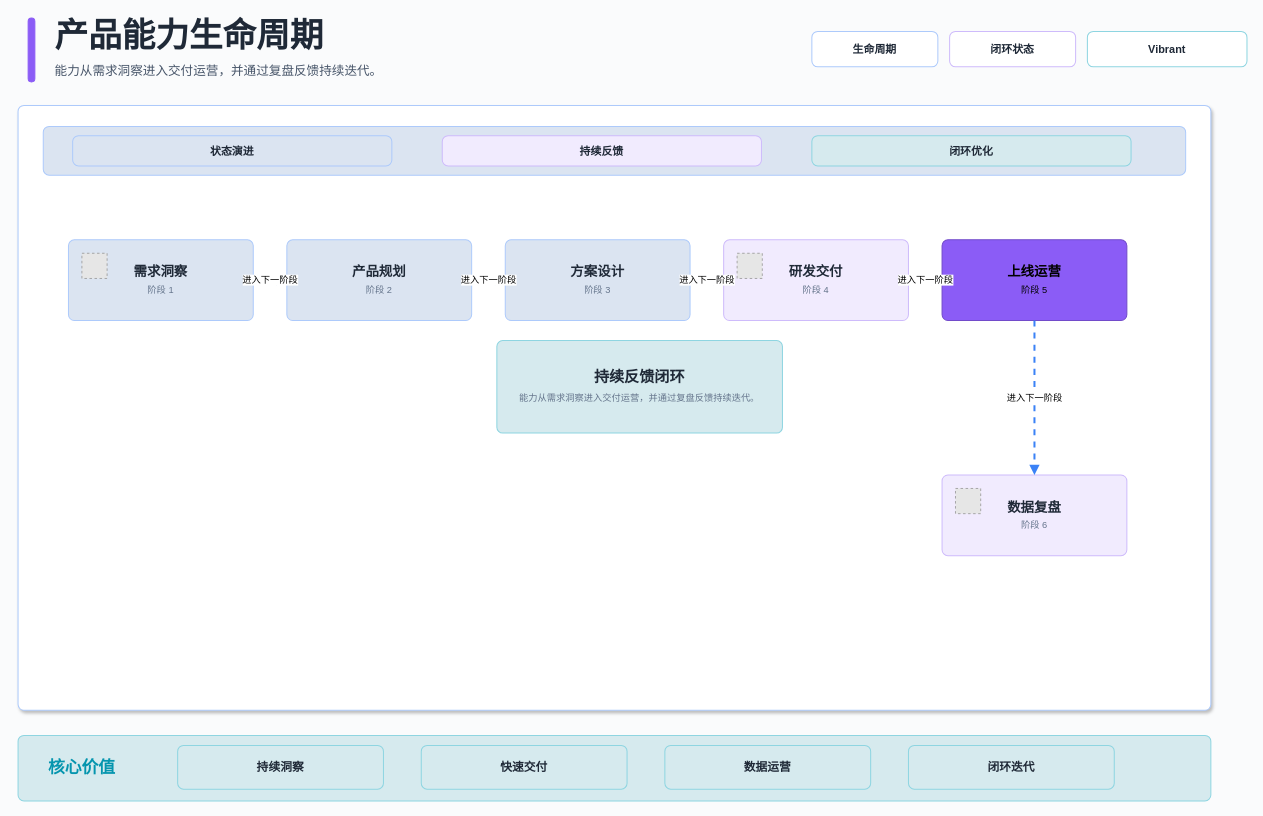
Before: docs/xml-diagram/drawio/lifecycle-vibrant-light-enterprise.drawio in BeWaterMyFriend7/SKILL-PROJECT, a draw.io diagram. Source tidied: cells renumbered, new cells numbered last; positions are measured from the earlier drawing's top-left corner, leaving out a move shared by most shapes. Both pictures are drawn from the tidied source at 84%, with x=0, y=0 at pixel (18, 14). Pictures stored in the file or linked from it are replaced by grey dashed boxes.
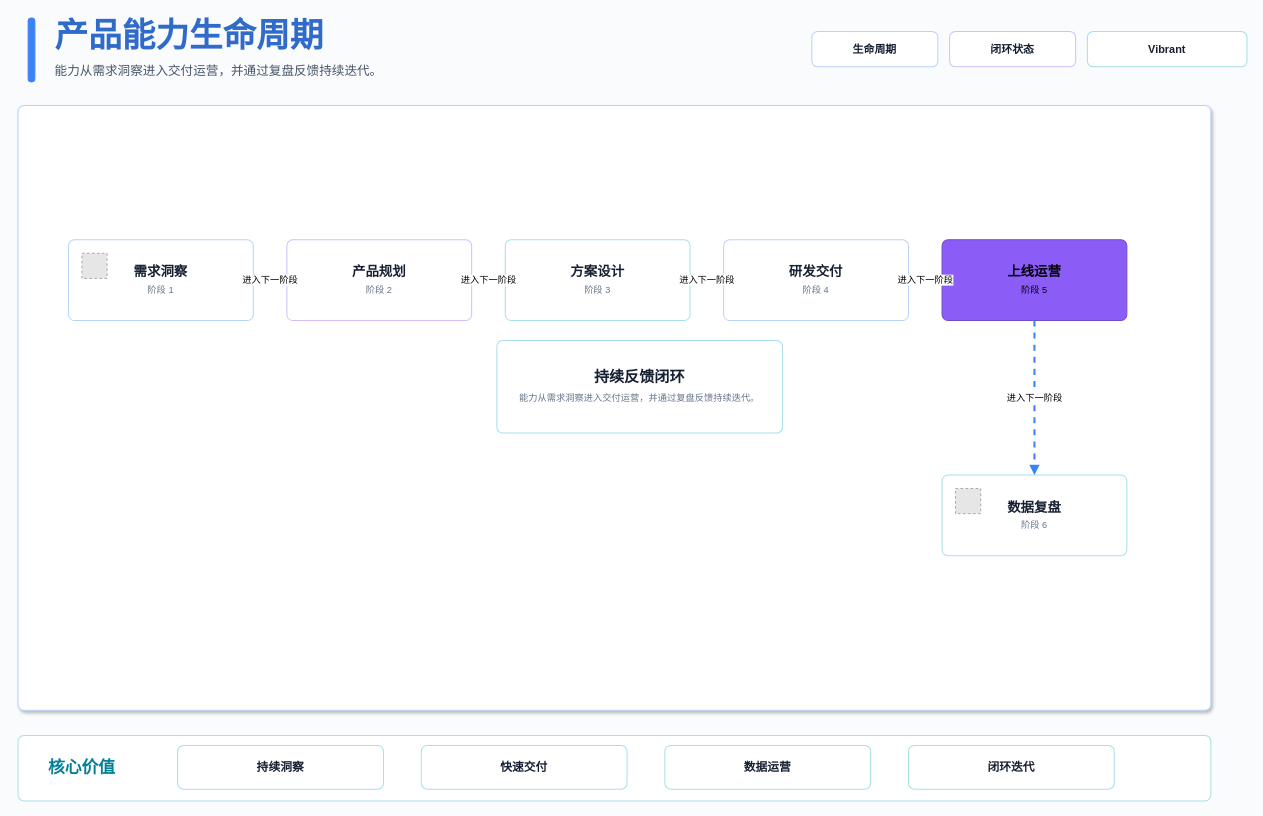
After the change.

Diff of the diagram source:
```diff
@@
-    <mxCell id="2" style="rounded=1;absoluteArcSize=1;arcSize=14;whiteSpace=wrap;html=1;fillColor=#8B5CF6;strokeColor=#8B5CF6;strokeWidth=1.2;fontColor=#000000;fontSize=12;fontFamily=Microsoft YaHei;align=center;verticalAlign=middle;" parent="1" vertex="1">
+    <mxCell id="2" style="rounded=1;absoluteArcSize=1;arcSize=14;whiteSpace=wrap;html=1;fillColor=#3B82F6;strokeColor=#3B82F6;strokeWidth=1.2;fontColor=#000000;fontSize=12;fontFamily=Microsoft YaHei;align=center;verticalAlign=middle;" parent="1" vertex="1">
       <mxGeometry x="12" y="4" width="8" height="76" as="geometry" />
     </mxCell>
-    <mxCell id="3" value="产品能力生命周期" style="rounded=1;absoluteArcSize=1;arcSize=14;whiteSpace=wrap;html=1;fillColor=none;strokeColor=none;strokeWidth=1.2;fontColor=#1F2937;fontSize=40;fontFamily=Microsoft YaHei;align=left;verticalAlign=middle;fontStyle=1;" parent="1" vertex="1">
+    <mxCell id="3" value="产品能力生命周期" style="rounded=1;absoluteArcSize=1;arcSize=14;whiteSpace=wrap;html=1;fillColor=none;strokeColor=none;strokeWidth=1.2;fontColor=#306BCA;fontSize=40;fontFamily=Microsoft YaHei;align=left;verticalAlign=middle;fontStyle=1;" parent="1" vertex="1">
       <mxGeometry x="42" width="760" height="48" as="geometry" />
     </mxCell>
@@
-    <mxCell id="5" value="生命周期" style="rounded=1;absoluteArcSize=1;arcSize=14;whiteSpace=wrap;html=1;fillColor=#FFFFFF;strokeColor=#ADCAFB;strokeWidth=1.2;fontColor=#1F2937;fontSize=13;fontFamily=Microsoft YaHei;align=center;verticalAlign=middle;fontStyle=1;" parent="1" vertex="1">
+    <mxCell id="5" value="生命周期" style="rounded=1;absoluteArcSize=1;arcSize=14;whiteSpace=wrap;html=1;fillColor=#FFFFFF;strokeColor=#B8D3FA;strokeWidth=1.2;fontColor=#172033;fontSize=13;fontFamily=Microsoft YaHei;align=center;verticalAlign=middle;fontStyle=1;" parent="1" vertex="1">
       <mxGeometry x="945" y="20" width="150" height="42" as="geometry" />
     </mxCell>
-    <mxCell id="6" value="闭环状态" style="rounded=1;absoluteArcSize=1;arcSize=14;whiteSpace=wrap;html=1;fillColor=#FFFFFF;strokeColor=#CEBBFB;strokeWidth=1.2;fontColor=#1F2937;fontSize=13;fontFamily=Microsoft YaHei;align=center;verticalAlign=middle;fontStyle=1;" parent="1" vertex="1">
+    <mxCell id="6" value="闭环状态" style="rounded=1;absoluteArcSize=1;arcSize=14;whiteSpace=wrap;html=1;fillColor=#FFFFFF;strokeColor=#D2BFFA;strokeWidth=1.2;fontColor=#172033;fontSize=13;fontFamily=Microsoft YaHei;align=center;verticalAlign=middle;fontStyle=1;" parent="1" vertex="1">
       <mxGeometry x="1109" y="20" width="150" height="42" as="geometry" />
     </mxCell>
-    <mxCell id="7" value="Vibrant" style="rounded=1;absoluteArcSize=1;arcSize=14;whiteSpace=wrap;html=1;fillColor=#FFFFFF;strokeColor=#8ED5E1;strokeWidth=1.2;fontColor=#1F2937;fontSize=13;fontFamily=Microsoft YaHei;align=center;verticalAlign=middle;fontStyle=1;" parent="1" vertex="1">
+    <mxCell id="7" value="Vibrant" style="rounded=1;absoluteArcSize=1;arcSize=14;whiteSpace=wrap;html=1;fillColor=#FFFFFF;strokeColor=#A9DFE9;strokeWidth=1.2;fontColor=#172033;fontSize=13;fontFamily=Microsoft YaHei;align=center;verticalAlign=middle;fontStyle=1;" parent="1" vertex="1">
       <mxGeometry x="1273" y="20" width="190" height="42" as="geometry" />
     </mxCell>
-    <mxCell id="8" style="rounded=1;absoluteArcSize=1;arcSize=14;whiteSpace=wrap;html=1;fillColor=#FFFFFF;strokeColor=#ADCAFB;strokeWidth=1.2;fontColor=#1F2937;fontSize=15;fontFamily=Microsoft YaHei;align=center;verticalAlign=middle;shadow=1;" parent="1" vertex="1">
+    <mxCell id="8" style="rounded=1;absoluteArcSize=1;arcSize=14;whiteSpace=wrap;html=1;fillColor=#FFFFFF;strokeColor=#B8D3FA;strokeWidth=1.2;fontColor=#172033;fontSize=15;fontFamily=Microsoft YaHei;align=center;verticalAlign=middle;shadow=1;" parent="1" vertex="1">
       <mxGeometry y="108" width="1420" height="720" as="geometry" />
     </mxCell>
-    <mxCell id="9" style="rounded=1;absoluteArcSize=1;arcSize=14;whiteSpace=wrap;html=1;fillColor=#DBE4F1;strokeColor=#ADCAFB;strokeWidth=1.2;fontColor=#1F2937;fontSize=15;fontFamily=Microsoft YaHei;align=center;verticalAlign=middle;" parent="1" vertex="1">
-      <mxGeometry x="30" y="133" width="1360" height="58" as="geometry" />
-    </mxCell>
-    <mxCell id="10" value="&lt;b&gt;状态演进&lt;/b&gt;" style="rounded=1;absoluteArcSize=1;arcSize=14;whiteSpace=wrap;html=1;fillColor=#DBE4F1;strokeColor=#ADCAFB;strokeWidth=1.2;fontColor=#1F2937;fontSize=13;fontFamily=Microsoft YaHei;align=center;verticalAlign=middle;" parent="1" vertex="1">
-      <mxGeometry x="65" y="144" width="380" height="36" as="geometry" />
-    </mxCell>
-    <mxCell id="11" value="&lt;b&gt;持续反馈&lt;/b&gt;" style="rounded=1;absoluteArcSize=1;arcSize=14;whiteSpace=wrap;html=1;fillColor=#F1EBFE;strokeColor=#CEBBFB;strokeWidth=1.2;fontColor=#1F2937;fontSize=13;fontFamily=Microsoft YaHei;align=center;verticalAlign=middle;" parent="1" vertex="1">
-      <mxGeometry x="505" y="144" width="380" height="36" as="geometry" />
-    </mxCell>
-    <mxCell id="12" value="&lt;b&gt;闭环优化&lt;/b&gt;" style="rounded=1;absoluteArcSize=1;arcSize=14;whiteSpace=wrap;html=1;fillColor=#D6EAEE;strokeColor=#8ED5E1;strokeWidth=1.2;fontColor=#1F2937;fontSize=13;fontFamily=Microsoft YaHei;align=center;verticalAlign=middle;" parent="1" vertex="1">
-      <mxGeometry x="945" y="144" width="380" height="36" as="geometry" />
-    </mxCell>
-    <mxCell id="13" style="rounded=1;absoluteArcSize=1;arcSize=14;whiteSpace=wrap;html=1;fillColor=#D6EAEE;strokeColor=#8ED5E1;strokeWidth=1.2;fontColor=#1F2937;fontSize=15;fontFamily=Microsoft YaHei;align=center;verticalAlign=middle;" parent="1" vertex="1">
+    <mxCell id="13" style="rounded=1;absoluteArcSize=1;arcSize=14;whiteSpace=wrap;html=1;fillColor=#FFFFFF;strokeColor=#A9DFE9;strokeWidth=1.2;fontColor=#172033;fontSize=15;fontFamily=Microsoft YaHei;align=center;verticalAlign=middle;" parent="1" vertex="1">
       <mxGeometry y="858" width="1420" height="78" as="geometry" />
     </mxCell>
-    <mxCell id="14" value="&lt;b&gt;持续洞察&lt;/b&gt;" style="rounded=1;absoluteArcSize=1;arcSize=14;whiteSpace=wrap;html=1;fillColor=#D6EAEE;strokeColor=#8ED5E1;strokeWidth=1.2;fontColor=#1F2937;fontSize=14;fontFamily=Microsoft YaHei;align=center;verticalAlign=middle;" parent="1" vertex="1">
+    <mxCell id="14" value="&lt;b&gt;持续洞察&lt;/b&gt;" style="rounded=1;absoluteArcSize=1;arcSize=14;whiteSpace=wrap;html=1;fillColor=#FFFFFF;strokeColor=#A9DFE9;strokeWidth=1.2;fontColor=#172033;fontSize=14;fontFamily=Microsoft YaHei;align=center;verticalAlign=middle;" parent="1" vertex="1">
       <mxGeometry x="190" y="870" width="245" height="52" as="geometry" />
     </mxCell>
-    <mxCell id="15" value="&lt;b&gt;快速交付&lt;/b&gt;" style="rounded=1;absoluteArcSize=1;arcSize=14;whiteSpace=wrap;html=1;fillColor=#D6EAEE;strokeColor=#8ED5E1;strokeWidth=1.2;fontColor=#1F2937;fontSize=14;fontFamily=Microsoft YaHei;align=center;verticalAlign=middle;" parent="1" vertex="1">
+    <mxCell id="15" value="&lt;b&gt;快速交付&lt;/b&gt;" style="rounded=1;absoluteArcSize=1;arcSize=14;whiteSpace=wrap;html=1;fillColor=#FFFFFF;strokeColor=#A9DFE9;strokeWidth=1.2;fontColor=#172033;fontSize=14;fontFamily=Microsoft YaHei;align=center;verticalAlign=middle;" parent="1" vertex="1">
       <mxGeometry x="480" y="870" width="245" height="52" as="geometry" />
     </mxCell>
-    <mxCell id="16" value="&lt;b&gt;数据运营&lt;/b&gt;" style="rounded=1;absoluteArcSize=1;arcSize=14;whiteSpace=wrap;html=1;fillColor=#D6EAEE;strokeColor=#8ED5E1;strokeWidth=1.2;fontColor=#1F2937;fontSize=14;fontFamily=Microsoft YaHei;align=center;verticalAlign=middle;" parent="1" vertex="1">
+    <mxCell id="16" value="&lt;b&gt;数据运营&lt;/b&gt;" style="rounded=1;absoluteArcSize=1;arcSize=14;whiteSpace=wrap;html=1;fillColor=#FFFFFF;strokeColor=#A9DFE9;strokeWidth=1.2;fontColor=#172033;fontSize=14;fontFamily=Microsoft YaHei;align=center;verticalAlign=middle;" parent="1" vertex="1">
       <mxGeometry x="770" y="870" width="245" height="52" as="geometry" />
     </mxCell>
-    <mxCell id="17" value="&lt;b&gt;闭环迭代&lt;/b&gt;" style="rounded=1;absoluteArcSize=1;arcSize=14;whiteSpace=wrap;html=1;fillColor=#D6EAEE;strokeColor=#8ED5E1;strokeWidth=1.2;fontColor=#1F2937;fontSize=14;fontFamily=Microsoft YaHei;align=center;verticalAlign=middle;" parent="1" vertex="1">
+    <mxCell id="17" value="&lt;b&gt;闭环迭代&lt;/b&gt;" style="rounded=1;absoluteArcSize=1;arcSize=14;whiteSpace=wrap;html=1;fillColor=#FFFFFF;strokeColor=#A9DFE9;strokeWidth=1.2;fontColor=#172033;fontSize=14;fontFamily=Microsoft YaHei;align=center;verticalAlign=middle;" parent="1" vertex="1">
       <mxGeometry x="1060" y="870" width="245" height="52" as="geometry" />
     </mxCell>
-    <mxCell id="18" value="&lt;b&gt;需求洞察&lt;/b&gt;&lt;br&gt;&lt;font style='font-size:11px;color:#64748B'&gt;阶段 1&lt;/font&gt;" style="rounded=1;absoluteArcSize=1;arcSize=14;whiteSpace=wrap;html=1;fillColor=#DBE4F1;strokeColor=#ADCAFB;strokeWidth=1.2;fontColor=#1F2937;fontSize=16;fontFamily=Microsoft YaHei;align=center;verticalAlign=middle;" parent="1" vertex="1">
+    <mxCell id="18" value="&lt;b&gt;需求洞察&lt;/b&gt;&lt;br&gt;&lt;font style='font-size:11px;color:#64748B'&gt;阶段 1&lt;/font&gt;" style="rounded=1;absoluteArcSize=1;arcSize=14;whiteSpace=wrap;html=1;fillColor=#FFFFFF;strokeColor=#B8D3FA;strokeWidth=1.2;fontColor=#172033;fontSize=16;fontFamily=Microsoft YaHei;align=center;verticalAlign=middle;" parent="1" vertex="1">
       <mxGeometry x="60" y="268" width="220" height="96" as="geometry" />
     </mxCell>
-    <mxCell id="19" value="&lt;b&gt;产品规划&lt;/b&gt;&lt;br&gt;&lt;font style='font-size:11px;color:#64748B'&gt;阶段 2&lt;/font&gt;" style="rounded=1;absoluteArcSize=1;arcSize=14;whiteSpace=wrap;html=1;fillColor=#DBE4F1;strokeColor=#ADCAFB;strokeWidth=1.2;fontColor=#1F2937;fontSize=16;fontFamily=Microsoft YaHei;align=center;verticalAlign=middle;" parent="1" vertex="1">
+    <mxCell id="19" value="&lt;b&gt;产品规划&lt;/b&gt;&lt;br&gt;&lt;font style='font-size:11px;color:#64748B'&gt;阶段 2&lt;/font&gt;" style="rounded=1;absoluteArcSize=1;arcSize=14;whiteSpace=wrap;html=1;fillColor=#FFFFFF;strokeColor=#D2BFFA;strokeWidth=1.2;fontColor=#172033;fontSize=16;fontFamily=Microsoft YaHei;align=center;verticalAlign=middle;" parent="1" vertex="1">
       <mxGeometry x="320" y="268" width="220" height="96" as="geometry" />
     </mxCell>
-    <mxCell id="20" value="&lt;b&gt;方案设计&lt;/b&gt;&lt;br&gt;&lt;font style='font-size:11px;color:#64748B'&gt;阶段 3&lt;/font&gt;" style="rounded=1;absoluteArcSize=1;arcSize=14;whiteSpace=wrap;html=1;fillColor=#DBE4F1;strokeColor=#ADCAFB;strokeWidth=1.2;fontColor=#1F2937;fontSize=16;fontFamily=Microsoft YaHei;align=center;verticalAlign=middle;" parent="1" vertex="1">
+    <mxCell id="20" value="&lt;b&gt;方案设计&lt;/b&gt;&lt;br&gt;&lt;font style='font-size:11px;color:#64748B'&gt;阶段 3&lt;/font&gt;" style="rounded=1;absoluteArcSize=1;arcSize=14;whiteSpace=wrap;html=1;fillColor=#FFFFFF;strokeColor=#A9DFE9;strokeWidth=1.2;fontColor=#172033;fontSize=16;fontFamily=Microsoft YaHei;align=center;verticalAlign=middle;" parent="1" vertex="1">
       <mxGeometry x="580" y="268" width="220" height="96" as="geometry" />
     </mxCell>
-    <mxCell id="21" value="&lt;b&gt;研发交付&lt;/b&gt;&lt;br&gt;&lt;font style='font-size:11px;color:#64748B'&gt;阶段 4&lt;/font&gt;" style="rounded=1;absoluteArcSize=1;arcSize=14;whiteSpace=wrap;html=1;fillColor=#F1EBFE;strokeColor=#CEBBFB;strokeWidth=1.2;fontColor=#1F2937;fontSize=16;fontFamily=Microsoft YaHei;align=center;verticalAlign=middle;" parent="1" vertex="1">
+    <mxCell id="21" value="&lt;b&gt;研发交付&lt;/b&gt;&lt;br&gt;&lt;font style='font-size:11px;color:#64748B'&gt;阶段 4&lt;/font&gt;" style="rounded=1;absoluteArcSize=1;arcSize=14;whiteSpace=wrap;html=1;fillColor=#FFFFFF;strokeColor=#B8D3FA;strokeWidth=1.2;fontColor=#172033;fontSize=16;fontFamily=Microsoft YaHei;align=center;verticalAlign=middle;" parent="1" vertex="1">
       <mxGeometry x="840" y="268" width="220" height="96" as="geometry" />
     </mxCell>
@@
-    <mxCell id="23" value="&lt;b&gt;数据复盘&lt;/b&gt;&lt;br&gt;&lt;font style='font-size:11px;color:#64748B'&gt;阶段 6&lt;/font&gt;" style="rounded=1;absoluteArcSize=1;arcSize=14;whiteSpace=wrap;html=1;fillColor=#F1EBFE;strokeColor=#CEBBFB;strokeWidth=1.2;fontColor=#1F2937;fontSize=16;fontFamily=Microsoft YaHei;align=center;verticalAlign=middle;" parent="1" vertex="1">
+    <mxCell id="23" value="&lt;b&gt;数据复盘&lt;/b&gt;&lt;br&gt;&lt;font style='font-size:11px;color:#64748B'&gt;阶段 6&lt;/font&gt;" style="rounded=1;absoluteArcSize=1;arcSize=14;whiteSpace=wrap;html=1;fillColor=#FFFFFF;strokeColor=#A9DFE9;strokeWidth=1.2;fontColor=#172033;fontSize=16;fontFamily=Microsoft YaHei;align=center;verticalAlign=middle;" parent="1" vertex="1">
       <mxGeometry x="1100" y="548" width="220" height="96" as="geometry" />
     </mxCell>
-    <mxCell id="24" value="&lt;b&gt;持续反馈闭环&lt;/b&gt;&lt;br&gt;&lt;font style='font-size:11px;color:#64748B'&gt;能力从需求洞察进入交付运营，并通过复盘反馈持续迭代。&lt;/font&gt;" style="rounded=1;absoluteArcSize=1;arcSize=14;whiteSpace=wrap;html=1;fillColor=#D6EAEE;strokeColor=#8ED5E1;strokeWidth=1.2;fontColor=#1F2937;fontSize=18;fontFamily=Microsoft YaHei;align=center;verticalAlign=middle;" parent="1" vertex="1">
+    <mxCell id="24" value="&lt;b&gt;持续反馈闭环&lt;/b&gt;&lt;br&gt;&lt;font style='font-size:11px;color:#64748B'&gt;能力从需求洞察进入交付运营，并通过复盘反馈持续迭代。&lt;/font&gt;" style="rounded=1;absoluteArcSize=1;arcSize=14;whiteSpace=wrap;html=1;fillColor=#FFFFFF;strokeColor=#A9DFE9;strokeWidth=1.2;fontColor=#172033;fontSize=18;fontFamily=Microsoft YaHei;align=center;verticalAlign=middle;" parent="1" vertex="1">
       <mxGeometry x="570" y="388" width="340" height="110" as="geometry" />
     </mxCell>
-    <mxCell id="25" value="核心价值" style="rounded=1;absoluteArcSize=1;arcSize=14;whiteSpace=wrap;html=1;fillColor=none;strokeColor=none;strokeWidth=1.2;fontColor=#0595AE;fontSize=20;fontFamily=Microsoft YaHei;align=left;verticalAlign=middle;fontStyle=1;" parent="1" vertex="1">
+    <mxCell id="25" value="核心价值" style="rounded=1;absoluteArcSize=1;arcSize=14;whiteSpace=wrap;html=1;fillColor=none;strokeColor=none;strokeWidth=1.2;fontColor=#047F94;fontSize=20;fontFamily=Microsoft YaHei;align=left;verticalAlign=middle;fontStyle=1;" parent="1" vertex="1">
       <mxGeometry x="34" y="874" width="130" height="42" as="geometry" />
     </mxCell>
@@
-    <mxCell id="27" style="fillColor=#E6E6E6;strokeColor=#999999;dashed=1;html=1;" parent="1" vertex="1">
-      <mxGeometry x="856" y="284" width="30" height="30" as="geometry" />
-    </mxCell>
```
